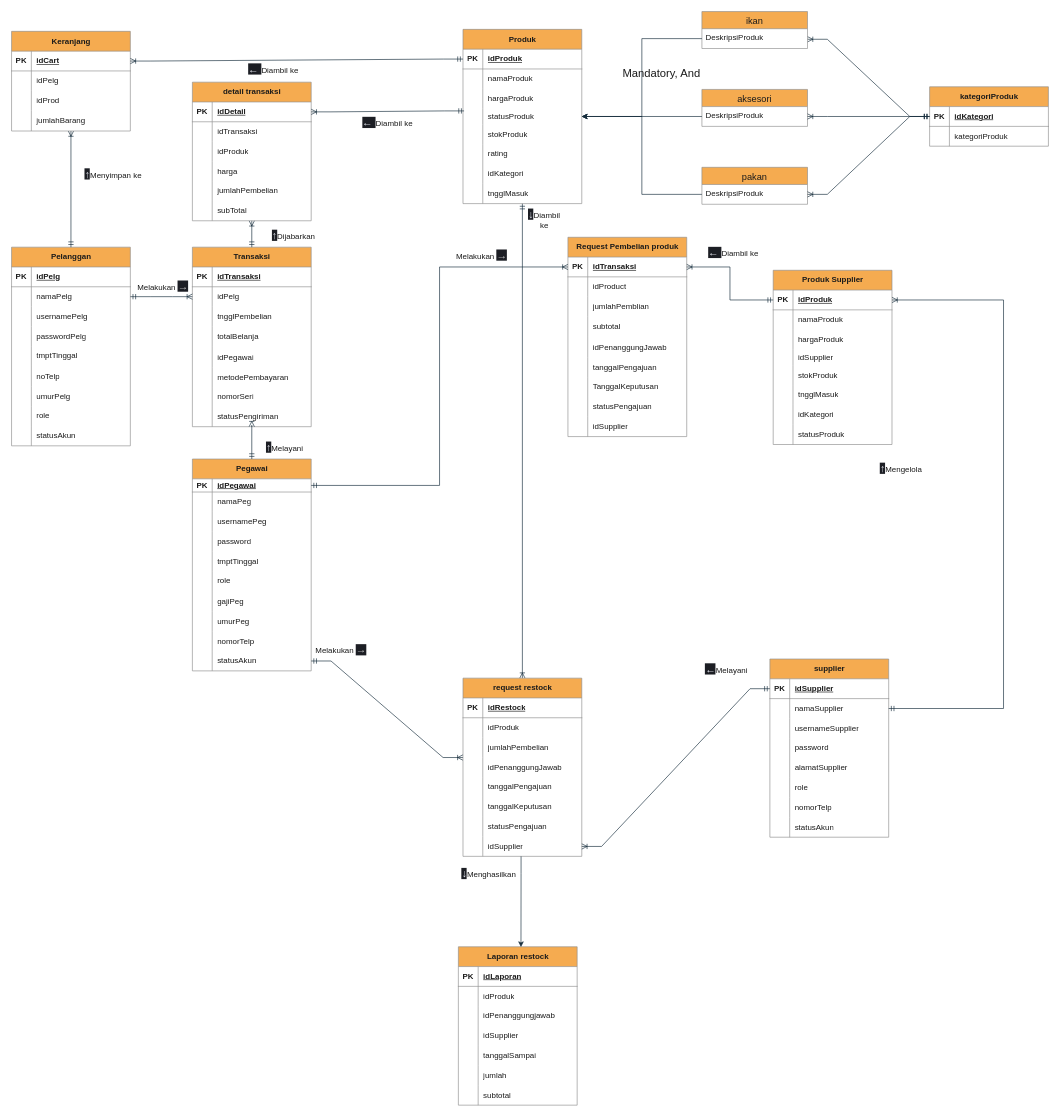
Earlier version of the draw.io diagram erd.drawio (shinoaaa/flowchartttz). Source tidied: cells renumbered, new cells numbered last; positions are measured from the earlier drawing's top-left corner, leaving out a move shared by most shapes. Both pictures are drawn from the tidied source at 66%, with x=0, y=0 at pixel (11, 11).
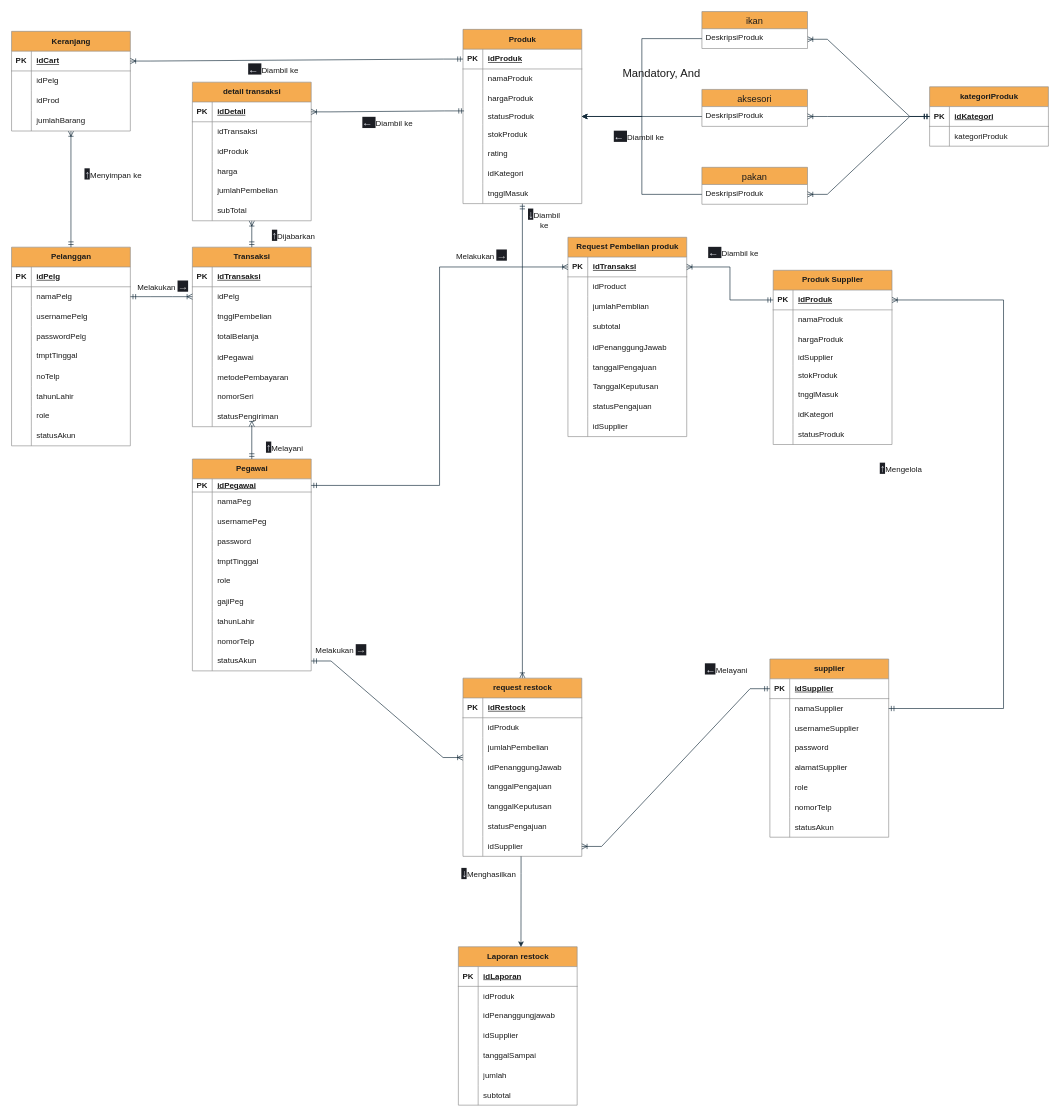
Above is the later version.

Unchanged cells that the change refers to:
```xml
<mxCell id="21" style="shape=tableRow;horizontal=0;startSize=0;swimlaneHead=0;swimlaneBody=0;fillColor=none;top=0;left=0;right=0;bottom=0;labelBackgroundColor=none;strokeColor=#909090;fontColor=#1A1A1A;" parent="2" vertex="1">
  <mxGeometry y="211" width="180" height="30" as="geometry" />
</mxCell>
<mxCell id="77" style="shape=tableRow;horizontal=0;startSize=0;swimlaneHead=0;swimlaneBody=0;fillColor=none;top=0;left=0;right=0;bottom=0;labelBackgroundColor=none;strokeColor=#909090;fontColor=#1A1A1A;" parent="55" vertex="1">
  <mxGeometry y="231" width="180" height="30" as="geometry" />
</mxCell>
```

The edit, as a diff of the source:
```diff
@@
-    <mxCell id="23" value="umurPelg" style="shape=partialRectangle;fillColor=none;top=0;left=0;bottom=0;right=0;align=left;spacingLeft=6;overflow=hidden;whiteSpace=wrap;html=1;labelBackgroundColor=none;strokeColor=#909090;fontColor=#1A1A1A;" parent="21" vertex="1">
+    <mxCell id="23" value="tahunLahir" style="shape=partialRectangle;fillColor=none;top=0;left=0;bottom=0;right=0;align=left;spacingLeft=6;overflow=hidden;whiteSpace=wrap;html=1;labelBackgroundColor=none;strokeColor=#909090;fontColor=#1A1A1A;" parent="21" vertex="1">
       <mxGeometry x="30" width="150" height="30" as="geometry" />
     </mxCell>
@@
-    <mxCell id="79" value="umurPeg" style="shape=partialRectangle;fillColor=none;top=0;left=0;bottom=0;right=0;align=left;spacingLeft=6;overflow=hidden;whiteSpace=wrap;html=1;labelBackgroundColor=none;strokeColor=#909090;fontColor=#1A1A1A;" parent="77" vertex="1">
+    <mxCell id="79" value="tahunLahir" style="shape=partialRectangle;fillColor=none;top=0;left=0;bottom=0;right=0;align=left;spacingLeft=6;overflow=hidden;whiteSpace=wrap;html=1;labelBackgroundColor=none;strokeColor=#909090;fontColor=#1A1A1A;" parent="77" vertex="1">
       <mxGeometry x="30" width="150" height="30" as="geometry" />
     </mxCell>
@@
+    <mxCell id="316" value="&lt;span style=&quot;color: rgb(230, 232, 240); font-family: &amp;quot;Google Sans&amp;quot;, Arial, sans-serif; font-size: 16px; text-align: start; background-color: rgb(28, 30, 36);&quot;&gt;←&amp;nbsp;&lt;/span&gt;Diambil ke&amp;nbsp;" style="text;html=1;whiteSpace=wrap;strokeColor=none;fillColor=none;align=center;verticalAlign=middle;rounded=0;labelBackgroundColor=none;fontColor=#1A1A1A;" parent="1" vertex="1">
+      <mxGeometry x="882" y="171" width="141" height="36" as="geometry" />
+    </mxCell>
```
